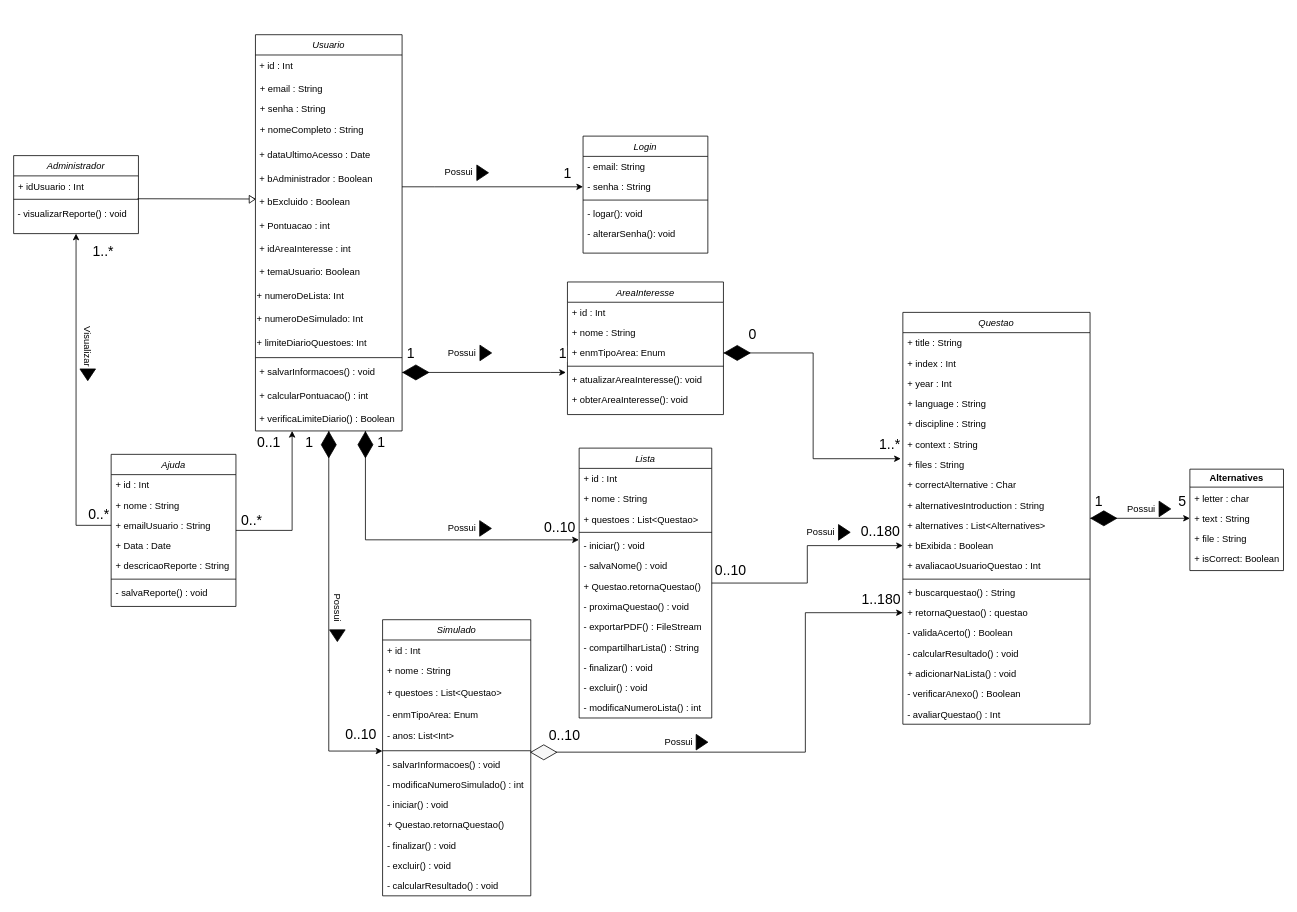
Above: QENEM UML Diagram.drawio in augustorazani/QENEM-UML-Diagram (draw.io), before the change. Source tidied: cells renumbered, new cells numbered last; positions are measured from the earlier drawing's top-left corner, leaving out a move shared by most shapes. Both pictures are drawn from the tidied source at 78%, with x=0, y=0 at pixel (13, 34).
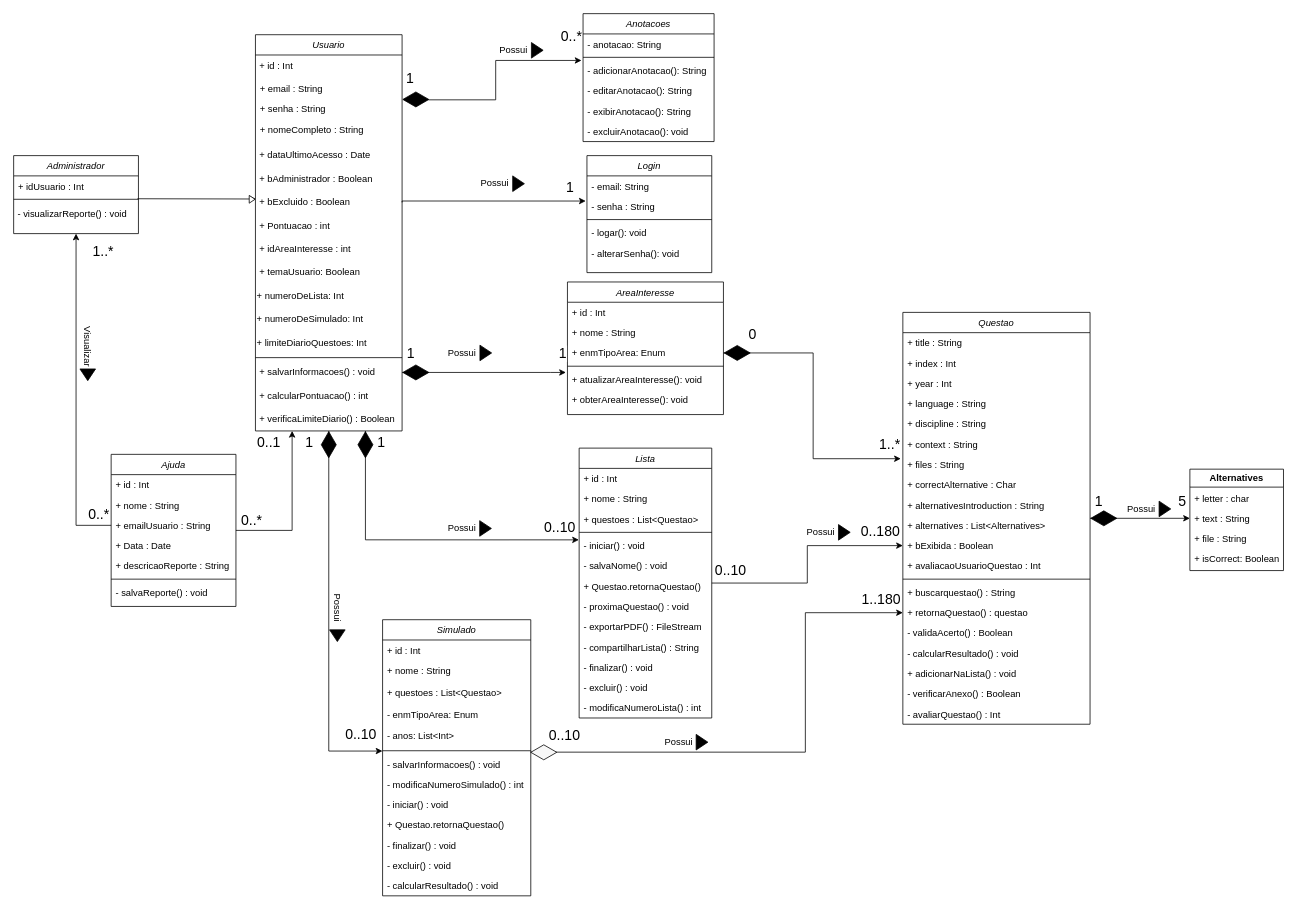
The same diagram, later.

The change refers to these unchanged cells:
```xml
<mxCell id="4" value="Usuario" style="swimlane;fontStyle=2;align=center;verticalAlign=top;horizontal=1;startSize=26;rounded=0;shadow=0;strokeWidth=1;" parent="1" vertex="1">
  <mxGeometry x="310" width="188" height="508" as="geometry" />
</mxCell>
<mxCell id="11" value="&amp;nbsp;+ bExcluido : Boolean" style="text;html=1;align=left;verticalAlign=middle;whiteSpace=wrap;rounded=0;" parent="4" vertex="1">
  <mxGeometry y="200" width="188" height="30" as="geometry" />
</mxCell>
<mxCell id="24" value="- senha : String" style="text;align=left;verticalAlign=top;spacingLeft=4;spacingRight=4;overflow=hidden;points=[[0,0.5],[1,0.5]];portConstraint=eastwest;rounded=0;shadow=0;html=0;" parent="22" vertex="1">
  <mxGeometry y="52" width="160" height="26" as="geometry" />
</mxCell>
```

What changed in the source:
```diff
@@
-    <mxCell id="2" style="edgeStyle=orthogonalEdgeStyle;rounded=0;jettySize=auto;html=1;entryX=0;entryY=0.5;entryDx=0;entryDy=0;" parent="1" edge="1" source="4" target="24">
+    <mxCell id="2" style="edgeStyle=orthogonalEdgeStyle;rounded=0;jettySize=auto;html=1;exitX=1;exitY=0.5;exitDx=0;exitDy=0;entryX=-0.01;entryY=0.24;entryDx=0;entryDy=0;entryPerimeter=0;" parent="1" edge="1" source="11" target="24">
       <mxGeometry relative="1" as="geometry">
         <Array as="points">
-          <mxPoint x="540" y="195" />
-          <mxPoint x="540" y="195" />
+          <mxPoint x="498" y="213" />
+          <mxPoint x="733" y="213" />
         </Array>
       </mxGeometry>
     </mxCell>
@@
     <mxCell id="22" value="Login" style="swimlane;fontStyle=2;align=center;verticalAlign=top;horizontal=1;startSize=26;rounded=0;shadow=0;strokeWidth=1;" parent="1" vertex="1">
-      <mxGeometry x="730" y="130" width="160" height="150" as="geometry" />
+      <mxGeometry x="735" y="155" width="160" height="150" as="geometry" />
     </mxCell>
@@
     <mxCell id="134" style="triangle;whiteSpace=wrap;html=1;fillColor=#000000;" parent="1" vertex="1">
-      <mxGeometry x="593.8" y="167" width="15" height="20" as="geometry" />
+      <mxGeometry x="639.8" y="181" width="15" height="20" as="geometry" />
     </mxCell>
     <mxCell id="135" value="Possui" style="text;html=1;align=center;verticalAlign=middle;whiteSpace=wrap;rounded=0;" parent="1" vertex="1">
-      <mxGeometry x="541.2" y="162" width="60" height="30" as="geometry" />
+      <mxGeometry x="587.2" y="176" width="60" height="30" as="geometry" />
     </mxCell>
@@
+    <mxCell id="152" value="Anotacoes" style="swimlane;fontStyle=2;align=center;verticalAlign=top;horizontal=1;startSize=26;rounded=0;shadow=0;strokeWidth=1;" parent="1" vertex="1">
+      <mxGeometry x="730" y="-27" width="168" height="164" as="geometry" />
+    </mxCell>
+    <mxCell id="153" value="- anotacao: String" style="text;align=left;verticalAlign=top;spacingLeft=4;spacingRight=4;overflow=hidden;" parent="152" vertex="1">
+      <mxGeometry y="26" width="168" height="26" as="geometry" />
+    </mxCell>
+    <mxCell id="154" style="line;html=1;strokeWidth=1;align=left;verticalAlign=middle;spacingTop=-1;spacingLeft=3;spacingRight=3;labelPosition=right;" parent="152" vertex="1">
+      <mxGeometry y="52" width="168" height="8" as="geometry" />
+    </mxCell>
+    <mxCell id="155" value="- adicionarAnotacao(): String" style="text;align=left;verticalAlign=top;spacingLeft=4;spacingRight=4;overflow=hidden;" parent="152" vertex="1">
+      <mxGeometry y="60" width="168" height="26" as="geometry" />
+    </mxCell>
+    <mxCell id="156" value="- editarAnotacao(): String" style="text;align=left;verticalAlign=top;spacingLeft=4;spacingRight=4;overflow=hidden;" parent="152" vertex="1">
+      <mxGeometry y="86" width="168" height="26" as="geometry" />
+    </mxCell>
+    <mxCell id="157" value="- exibirAnotacao(): String" style="text;align=left;verticalAlign=top;spacingLeft=4;spacingRight=4;overflow=hidden;" parent="152" vertex="1">
+      <mxGeometry y="112" width="168" height="26" as="geometry" />
+    </mxCell>
+    <mxCell id="158" value="- excluirAnotacao(): void" style="text;align=left;verticalAlign=top;spacingLeft=4;spacingRight=4;overflow=hidden;" parent="152" vertex="1">
+      <mxGeometry y="138" width="168" height="26" as="geometry" />
+    </mxCell>
+    <mxCell id="159" style="edgeStyle=orthogonalEdgeStyle;rounded=0;jettySize=auto;html=1;exitX=0.984;exitY=0.525;exitDx=0;exitDy=0;exitPerimeter=0;" parent="1" edge="1" source="161">
+      <mxGeometry relative="1" as="geometry">
+        <mxPoint x="728" y="33" as="targetPoint" />
+        <Array as="points">
+          <mxPoint x="618" y="84" />
+          <mxPoint x="618" y="33" />
+        </Array>
+      </mxGeometry>
+    </mxCell>
+    <mxCell id="160" value="&lt;font style=&quot;font-size: 18px;&quot;&gt;1&lt;/font&gt;" style="edgeLabel;html=1;align=center;verticalAlign=middle;" parent="159" vertex="1">
+      <mxGeometry x="0.76" y="-3" relative="1" as="geometry">
+        <mxPoint x="-191" y="19" as="offset" />
+      </mxGeometry>
+    </mxCell>
+    <mxCell id="161" style="html=1;whiteSpace=wrap;shape=isoRectangle;strokeColor=light-dark(#000000,#000000);fillColor=light-dark(#000000,#000000);" parent="1" vertex="1">
+      <mxGeometry x="499" y="73" width="33.3" height="20" as="geometry" />
+    </mxCell>
+    <mxCell id="162" style="triangle;whiteSpace=wrap;html=1;fillColor=#000000;" parent="1" vertex="1">
+      <mxGeometry x="663.8" y="10" width="15" height="20" as="geometry" />
+    </mxCell>
+    <mxCell id="163" value="Possui" style="text;html=1;align=center;verticalAlign=middle;whiteSpace=wrap;rounded=0;" parent="1" vertex="1">
+      <mxGeometry x="611.2" y="5" width="60" height="30" as="geometry" />
+    </mxCell>
+    <mxCell id="164" value="&lt;font style=&quot;font-size: 18px;&quot;&gt;0..*&lt;/font&gt;" style="edgeLabel;html=1;align=center;verticalAlign=middle;" parent="1" vertex="1">
+      <mxGeometry x="716" y="-7" as="geometry">
+        <mxPoint x="-2" y="8" as="offset" />
+      </mxGeometry>
+    </mxCell>
```
